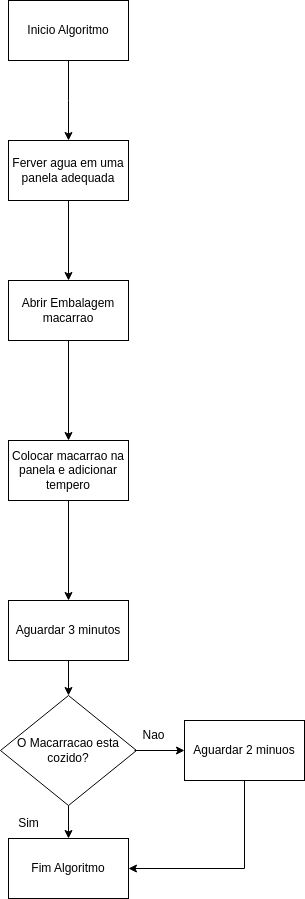
garciaaadev/all_diagrams keeps this draw.io diagram as macarrao-instantaneodiagram.drawio.png. Above is the earlier version. Source tidied: cells renumbered, new cells last; positions are measured from the earlier drawing's top-left corner, leaving out a move shared by most shapes.
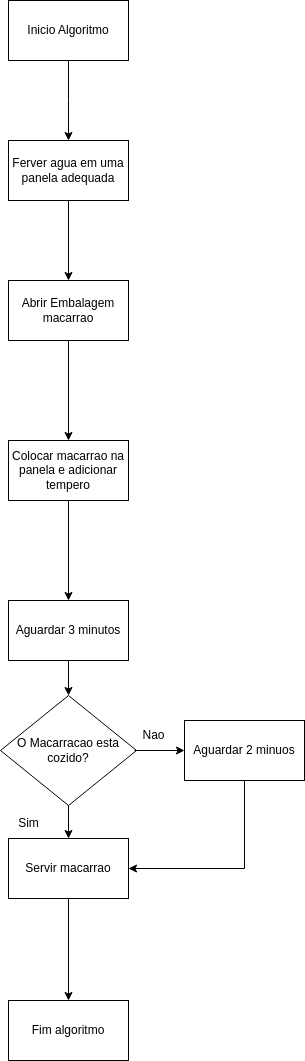
After the commit.

Change to the diagram source:
```diff
@@ -43,7 +43,7 @@
     <mxCell id="14" style="endArrow=classic;html=1;rounded=0;exitX=0.5;exitY=1;exitDx=0;exitDy=0;" parent="1" edge="1" source="11" target="15">
       <mxGeometry relative="1" as="geometry" />
     </mxCell>
-    <mxCell id="15" value="Fim Algoritmo" style="rounded=0;whiteSpace=wrap;html=1;" parent="1" vertex="1">
+    <mxCell id="15" value="Servir macarrao" style="rounded=0;whiteSpace=wrap;html=1;" parent="1" vertex="1">
       <mxGeometry x="8" y="838" width="120" height="60" as="geometry" />
     </mxCell>
     <mxCell id="16" value="Nao" style="text;html=1;align=center;verticalAlign=middle;strokeColor=none;fillColor=none;" parent="1" vertex="1">
@@ -64,5 +64,11 @@
         </Array>
       </mxGeometry>
     </mxCell>
+    <mxCell id="20" value="Fim algoritmo" style="rounded=0;whiteSpace=wrap;html=1;" parent="1" vertex="1">
+      <mxGeometry x="8" y="1000" width="120" height="60" as="geometry" />
+    </mxCell>
+    <mxCell id="21" style="endArrow=classic;html=1;rounded=0;exitX=0.5;exitY=1;exitDx=0;exitDy=0;entryX=0.5;entryY=0;entryDx=0;entryDy=0;" parent="1" edge="1" source="15" target="20">
+      <mxGeometry relative="1" as="geometry" />
+    </mxCell>
   </root>
 </mxGraphModel>
```
